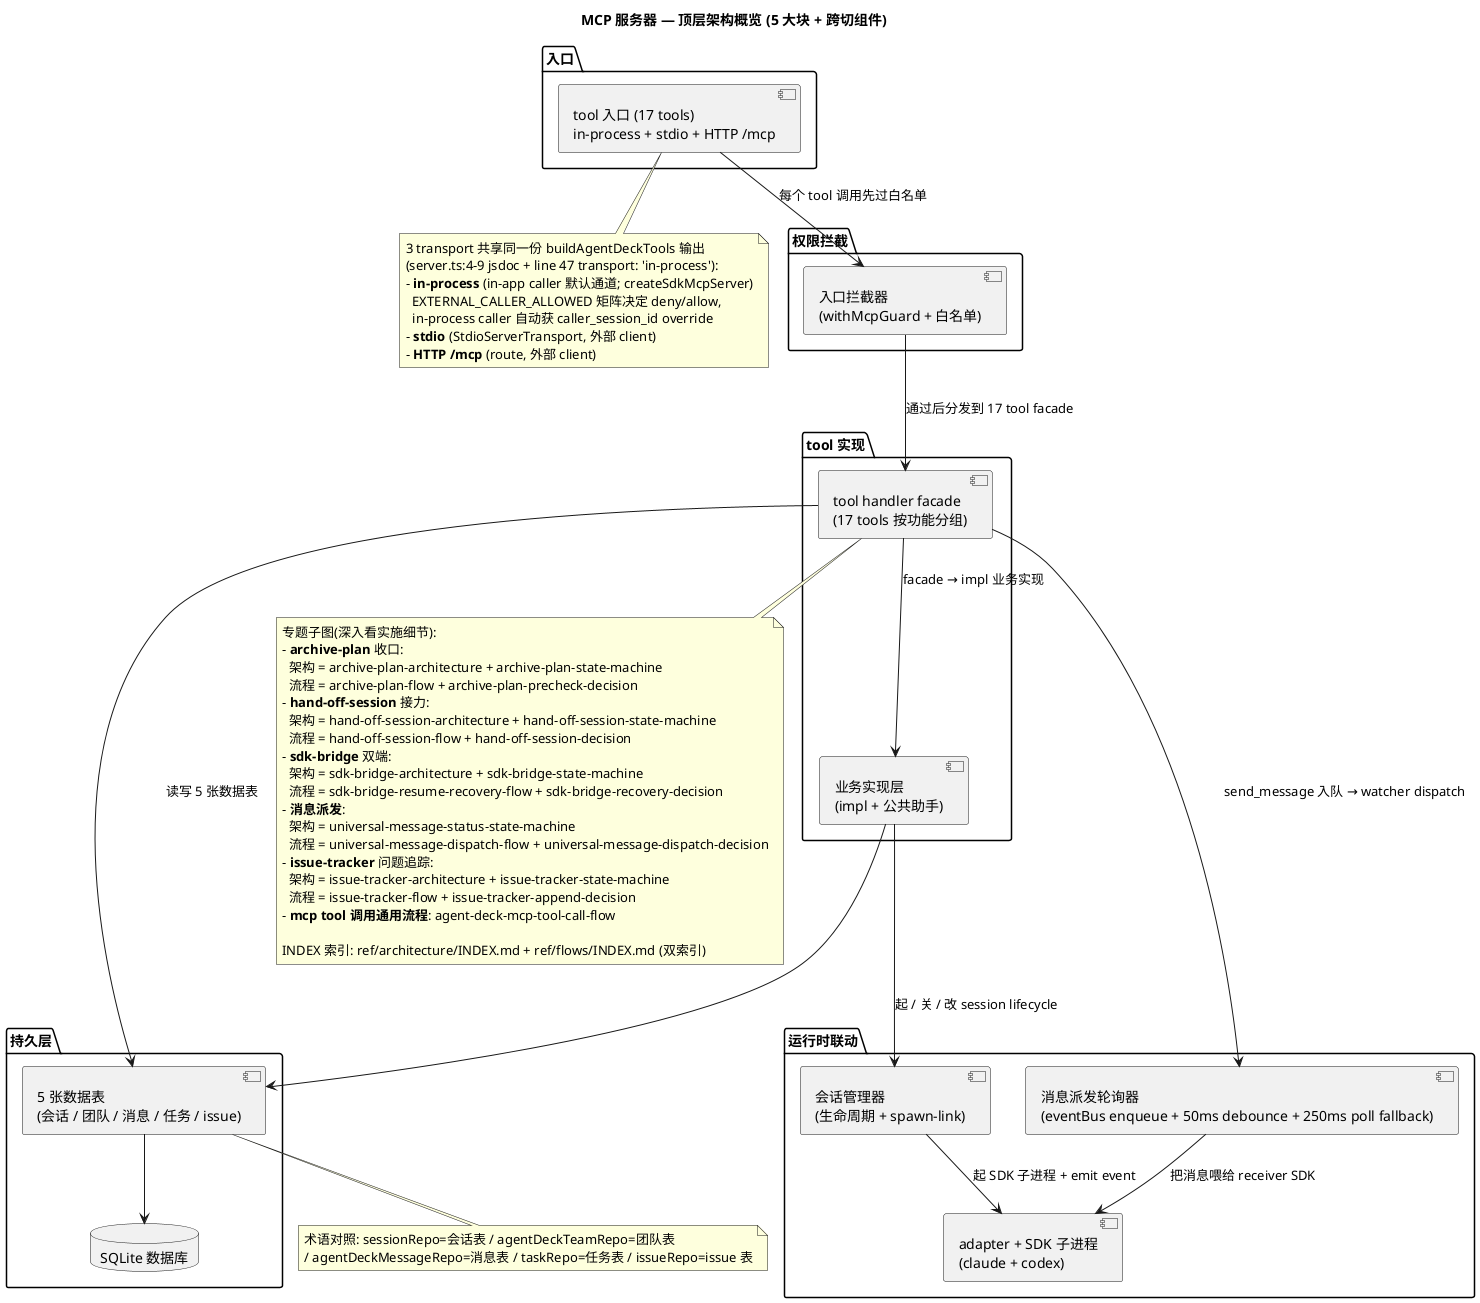
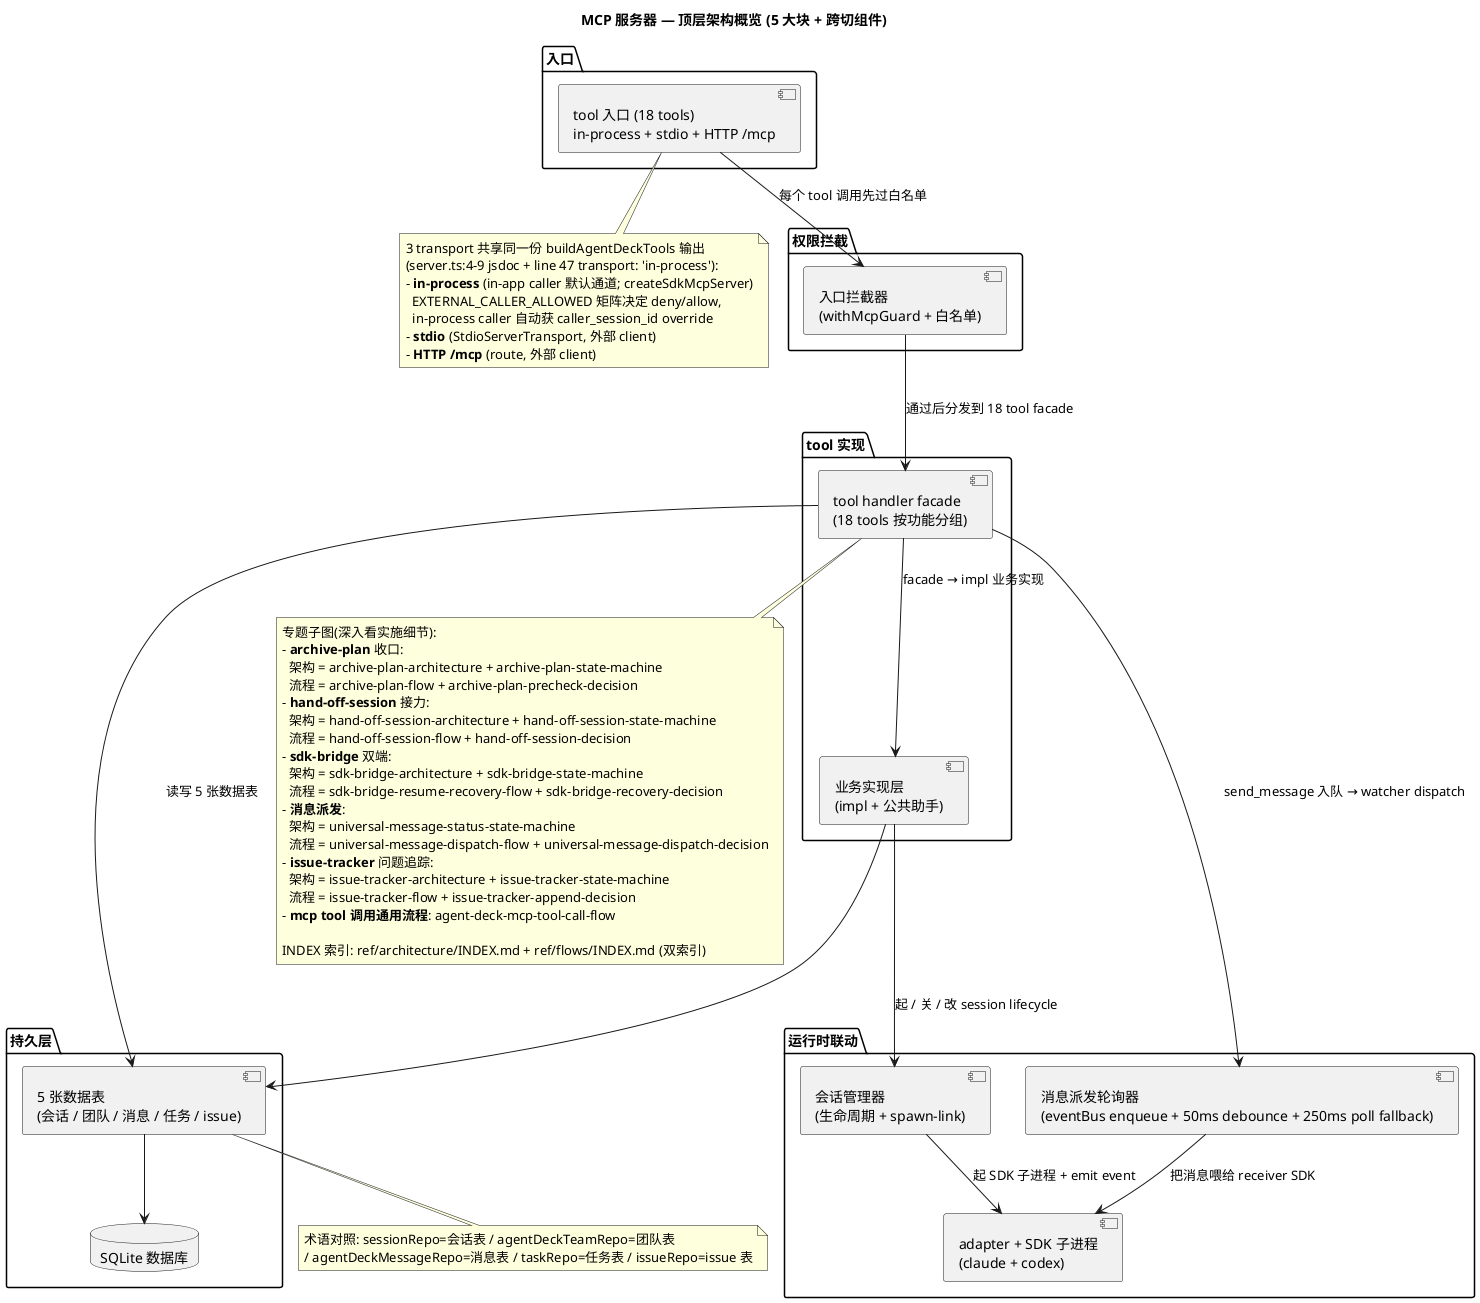
' description: MCP 服务器 (agent-deck-mcp) 顶层概览 — 5 大块 + 跨切组件。专题细节见各主题子图
- ' last_updated: 2026-05-30
+ ' last_updated: 2026-05-31
@startuml agent-deck-mcp-architecture

title MCP 服务器 — 顶层架构概览 (5 大块 + 跨切组件)

' 节点名用日常术语优先,括号注 codename
' 详细 module 名 / 函数名 / LOC / commit / REVIEW 引用见 INDEX 第 3 列「关联 plan / commit」

package "入口" as L1 {
-   [tool 入口 (17 tools)\nin-process + stdio + HTTP /mcp] as Entry
+   [tool 入口 (18 tools)\nin-process + stdio + HTTP /mcp] as Entry
}

package "权限拦截" as L2 {
  [入口拦截器\n(withMcpGuard + 白名单)] as Guard
}

package "tool 实现" as L3 {
-   [tool handler facade\n(17 tools 按功能分组)] as Handler
+   [tool handler facade\n(18 tools 按功能分组)] as Handler
  [业务实现层\n(impl + 公共助手)] as Impl
}

package "持久层" as L4 {
  [5 张数据表\n(会话 / 团队 / 消息 / 任务 / issue)] as Repos
  database "SQLite 数据库" as DB
}

package "运行时联动" as L5 {
  [会话管理器\n(生命周期 + spawn-link)] as SM
  [adapter + SDK 子进程\n(claude + codex)] as Adapter
  [消息派发轮询器\n(eventBus enqueue + 50ms debounce + 250ms poll fallback)] as Watcher
}

' ─── 主调用链 ───
Entry --> Guard : 每个 tool 调用先过白名单
- Guard --> Handler : 通过后分发到 17 tool facade
+ Guard --> Handler : 通过后分发到 18 tool facade
Handler --> Impl : facade → impl 业务实现
Handler --> Repos : 读写 5 张数据表
Impl --> Repos
Impl --> SM : 起 / 关 / 改 session lifecycle
SM --> Adapter : 起 SDK 子进程 + emit event
Handler --> Watcher : send_message 入队 → watcher dispatch
Watcher --> Adapter : 把消息喂给 receiver SDK
Repos --> DB

' ─── 专题子图 cross-ref (画图人按主题查) ───

note bottom of Handler
  专题子图(深入看实施细节):
  - **archive-plan** 收口:
    架构 = archive-plan-architecture + archive-plan-state-machine
    流程 = archive-plan-flow + archive-plan-precheck-decision
  - **hand-off-session** 接力:
    架构 = hand-off-session-architecture + hand-off-session-state-machine
    流程 = hand-off-session-flow + hand-off-session-decision
  - **sdk-bridge** 双端:
    架构 = sdk-bridge-architecture + sdk-bridge-state-machine
    流程 = sdk-bridge-resume-recovery-flow + sdk-bridge-recovery-decision
  - **消息派发**:
    架构 = universal-message-status-state-machine
    流程 = universal-message-dispatch-flow + universal-message-dispatch-decision
  - **issue-tracker** 问题追踪:
    架构 = issue-tracker-architecture + issue-tracker-state-machine
    流程 = issue-tracker-flow + issue-tracker-append-decision
  - **mcp tool 调用通用流程**: agent-deck-mcp-tool-call-flow

  INDEX 索引: ref/architecture/INDEX.md + ref/flows/INDEX.md (双索引)
end note

note bottom of Entry
  3 transport 共享同一份 buildAgentDeckTools 输出
  (server.ts:4-9 jsdoc + line 47 transport: 'in-process'):
  - **in-process** (in-app caller 默认通道; createSdkMcpServer)
    EXTERNAL_CALLER_ALLOWED 矩阵决定 deny/allow,
    in-process caller 自动获 caller_session_id override
  - **stdio** (StdioServerTransport, 外部 client)
  - **HTTP /mcp** (route, 外部 client)
end note

note bottom of Repos
  术语对照: sessionRepo=会话表 / agentDeckTeamRepo=团队表
  / agentDeckMessageRepo=消息表 / taskRepo=任务表 / issueRepo=issue 表
end note

@enduml
